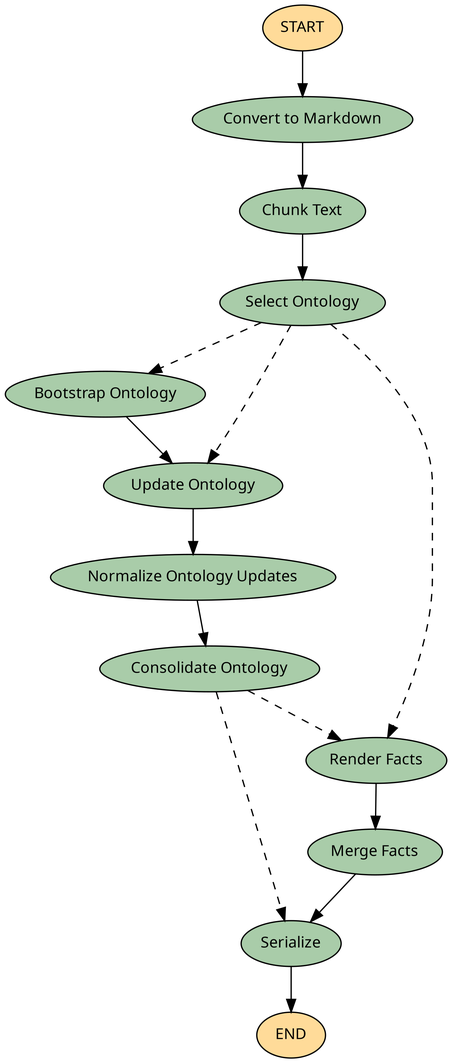
This is docs/assets/graph.png from dahrb/ontocast, a Mermaid export, as it was before one commit. Its source is kept beside it as graph.mmd.
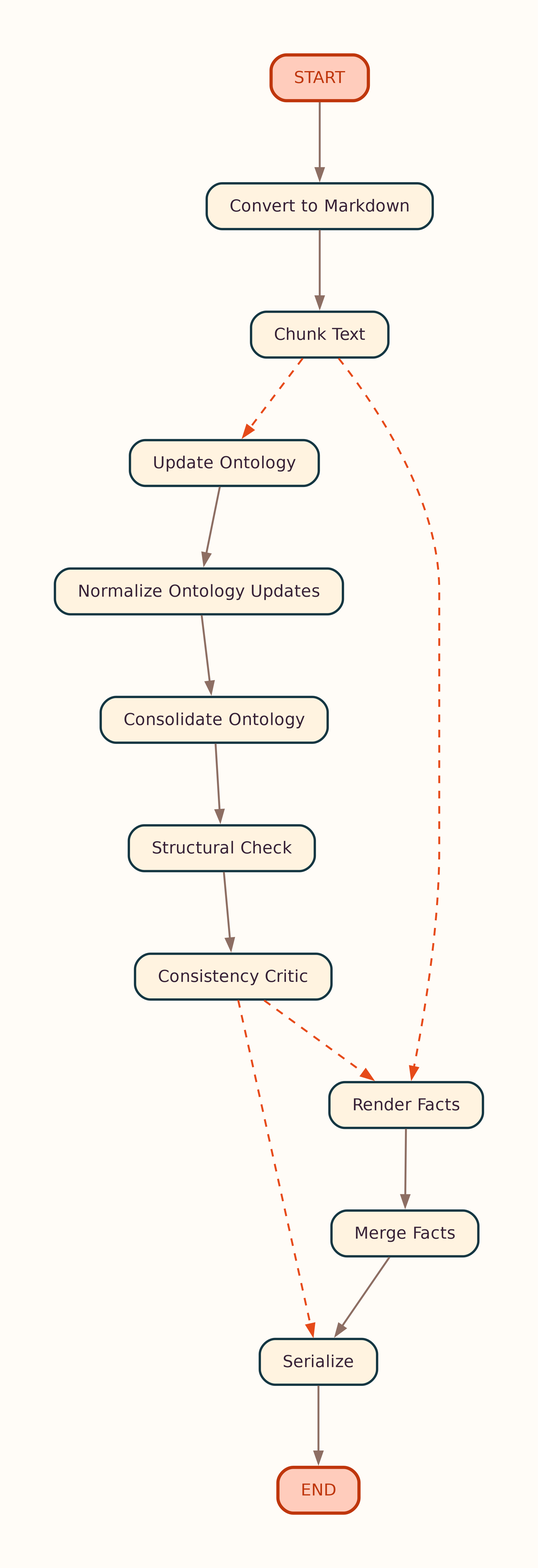
The same diagram one commit later.

Diff of the diagram source:
```diff
@@ -18,26 +18,25 @@
 	__start__([<p>__start__</p>]):::first
 	Convert\20to\20Markdown(Convert to Markdown)
 	Chunk\20Text(Chunk Text)
-	Select\20Ontology(Select Ontology)
-	Bootstrap\20Ontology(Bootstrap Ontology)
 	Update\20Ontology(Update Ontology)
 	Normalize\20Ontology\20Updates(Normalize Ontology Updates)
 	Consolidate\20Ontology(Consolidate Ontology)
 	Render\20Facts(Render Facts)
 	Merge\20Facts(Merge Facts)
+	Structural\20Check(Structural Check)
+	Consistency\20Critic(Consistency Critic)
 	Serialize(Serialize)
 	__end__([<p>__end__</p>]):::last
-	Bootstrap\20Ontology --> Update\20Ontology;
-	Chunk\20Text --> Select\20Ontology;
-	Consolidate\20Ontology -.-> Render\20Facts;
-	Consolidate\20Ontology -.-> Serialize;
+	Chunk\20Text -.-> Render\20Facts;
+	Chunk\20Text -.-> Update\20Ontology;
+	Consistency\20Critic -.-> Render\20Facts;
+	Consistency\20Critic -.-> Serialize;
+	Consolidate\20Ontology --> Structural\20Check;
 	Convert\20to\20Markdown --> Chunk\20Text;
 	Merge\20Facts --> Serialize;
 	Normalize\20Ontology\20Updates --> Consolidate\20Ontology;
 	Render\20Facts --> Merge\20Facts;
-	Select\20Ontology -.-> Bootstrap\20Ontology;
-	Select\20Ontology -.-> Render\20Facts;
-	Select\20Ontology -.-> Update\20Ontology;
+	Structural\20Check --> Consistency\20Critic;
 	Update\20Ontology --> Normalize\20Ontology\20Updates;
 	__start__ --> Convert\20to\20Markdown;
 	Serialize --> __end__;
```
